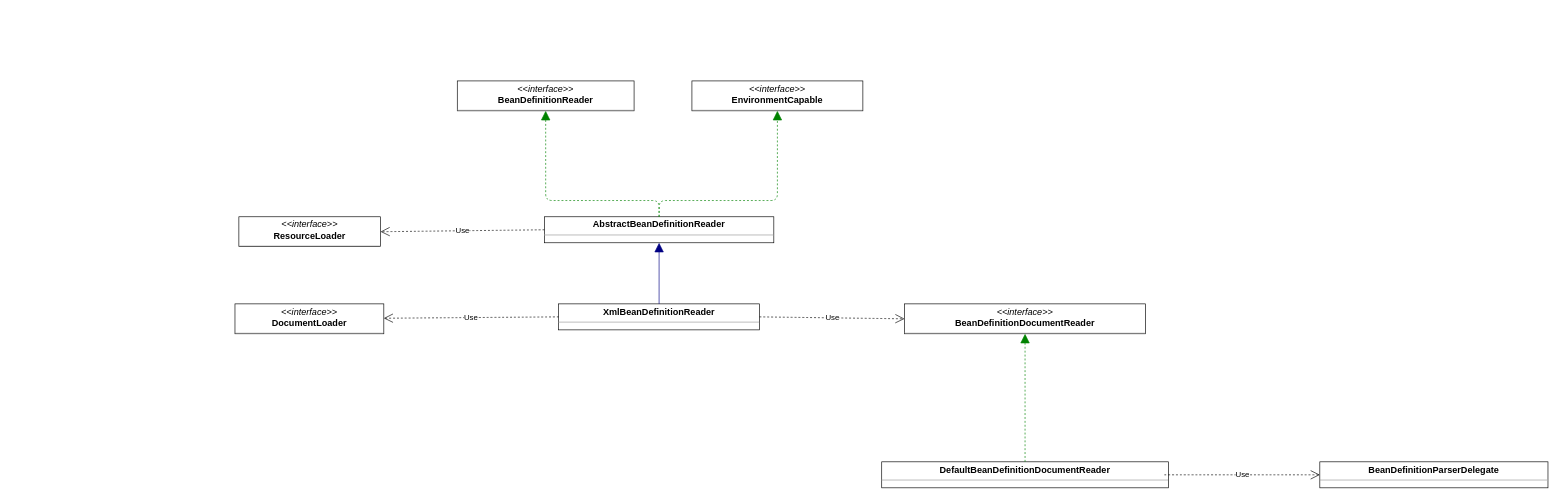
This is diagrams_repo/java/XmlBeanDefinitionReader.drawio from manlinghun/learnnote, a draw.io file, before an edit. Source tidied: cells renumbered, new cells numbered last; positions are measured from the earlier drawing's top-left corner, leaving out a move shared by most shapes. Both pictures are drawn from the tidied source at 65%, with x=0, y=0 at pixel (235, 81).
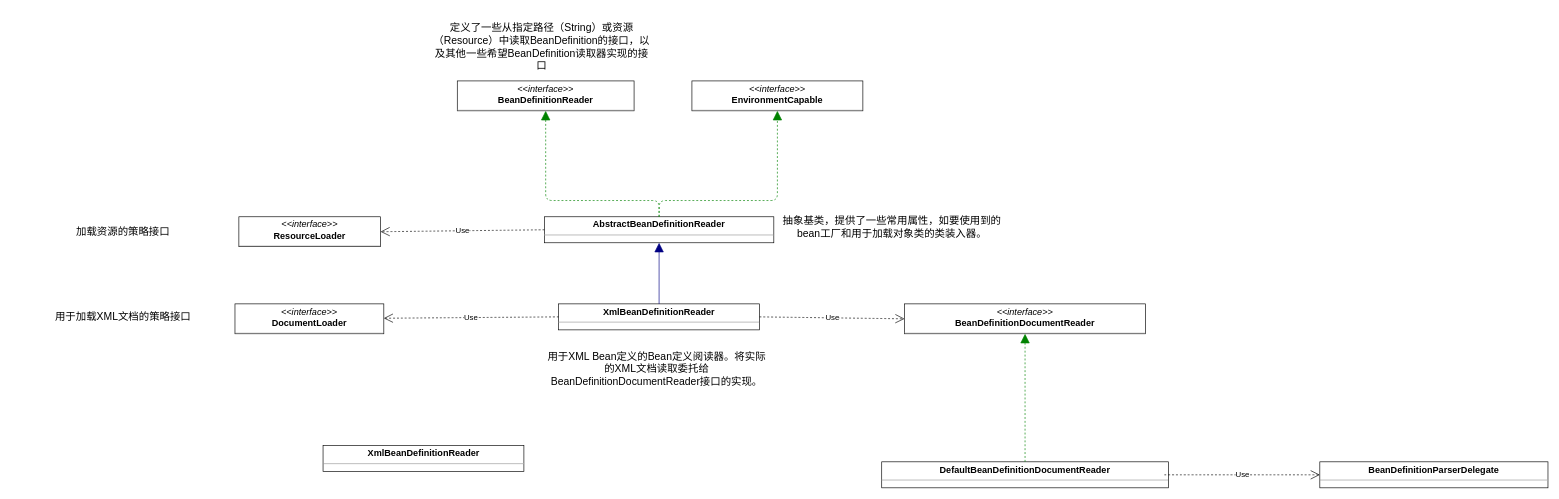
Above is the later version.

The edit, as a diff of the source:
```diff
@@
+    <mxCell id="19" value="定义了一些从指定路径（String）或资源（Resource）中读取BeanDefinition的接口，以及其他一些希望BeanDefinition读取器实现的接口" style="text;strokeColor=none;fillColor=none;html=1;align=center;verticalAlign=middle;whiteSpace=wrap;rounded=0;fontSize=16;" parent="1" vertex="1">
+      <mxGeometry x="300" y="-107" width="344" height="107" as="geometry" />
+    </mxCell>
+    <mxCell id="20" value="抽象基类，提供了一些常用属性，如要使用到的bean工厂和用于加载对象类的类装入器。" style="text;strokeColor=none;fillColor=none;html=1;align=center;verticalAlign=middle;whiteSpace=wrap;rounded=0;fontSize=16;" parent="1" vertex="1">
+      <mxGeometry x="839" y="171" width="344" height="107" as="geometry" />
+    </mxCell>
+    <mxCell id="21" value="加载资源的策略接口" style="text;strokeColor=none;fillColor=none;html=1;align=center;verticalAlign=middle;whiteSpace=wrap;rounded=0;fontSize=16;" parent="1" vertex="1">
+      <mxGeometry x="-344" y="178.5" width="344" height="107" as="geometry" />
+    </mxCell>
+    <mxCell id="22" value="用于加载XML文档的策略接口" style="text;strokeColor=none;fillColor=none;html=1;align=center;verticalAlign=middle;whiteSpace=wrap;rounded=0;fontSize=16;" parent="1" vertex="1">
+      <mxGeometry x="-344" y="309.5" width="344" height="107" as="geometry" />
+    </mxCell>
+    <mxCell id="23" value="&lt;p style=&quot;margin:0px;margin-top:4px;text-align:center;&quot;&gt;&lt;b&gt;XmlBeanDefinitionReader&lt;/b&gt;&lt;/p&gt;&lt;hr size=&quot;1&quot;/&gt;" style="verticalAlign=top;align=left;overflow=fill;fontSize=14;fontFamily=Helvetica;html=1;rounded=0;shadow=0;comic=0;labelBackgroundColor=none;strokeWidth=1;" parent="1" vertex="1">
+      <mxGeometry x="135.5" y="561" width="309" height="40" as="geometry" />
+    </mxCell>
+    <mxCell id="24" value="用于XML Bean定义的Bean定义阅读器。将实际的XML文档读取委托给BeanDefinitionDocumentReader接口的实现。" style="text;strokeColor=none;fillColor=none;html=1;align=center;verticalAlign=middle;whiteSpace=wrap;rounded=0;fontSize=16;" parent="1" vertex="1">
+      <mxGeometry x="476.5" y="389" width="344" height="107" as="geometry" />
+    </mxCell>
```
